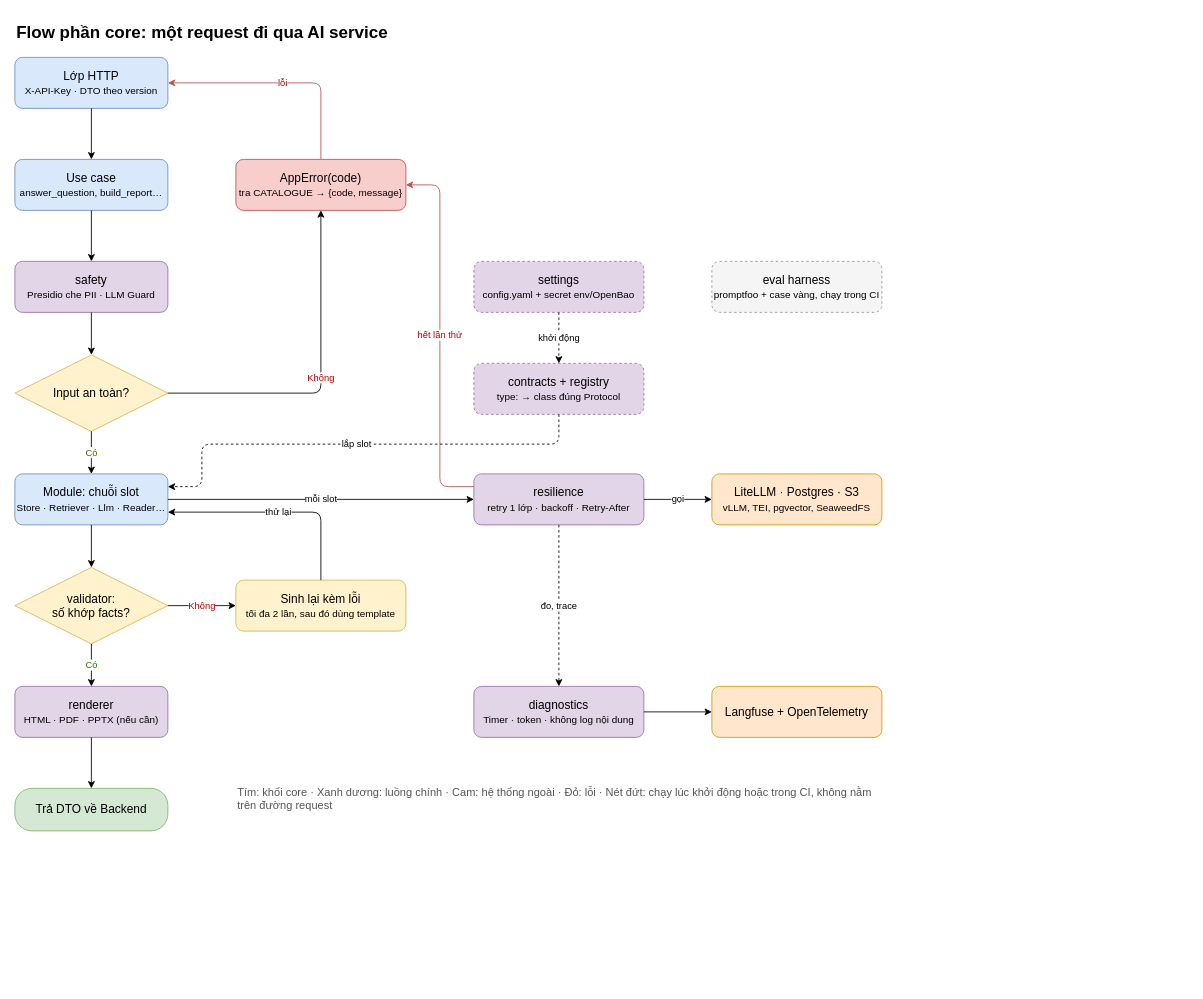
The draw.io diagram page "1. Flow core" (1 of 2) of docs/beyondpilot/core-flow.drawio in nguyennhatkhoa99/llmops-sre-copilot, before the edit. Source tidied: cells renumbered, new cells numbered last; positions are measured from the earlier drawing's top-left corner, leaving out a move shared by most shapes. Both pictures are drawn from the tidied source at 85%, with x=0, y=0 at pixel (14, 14).
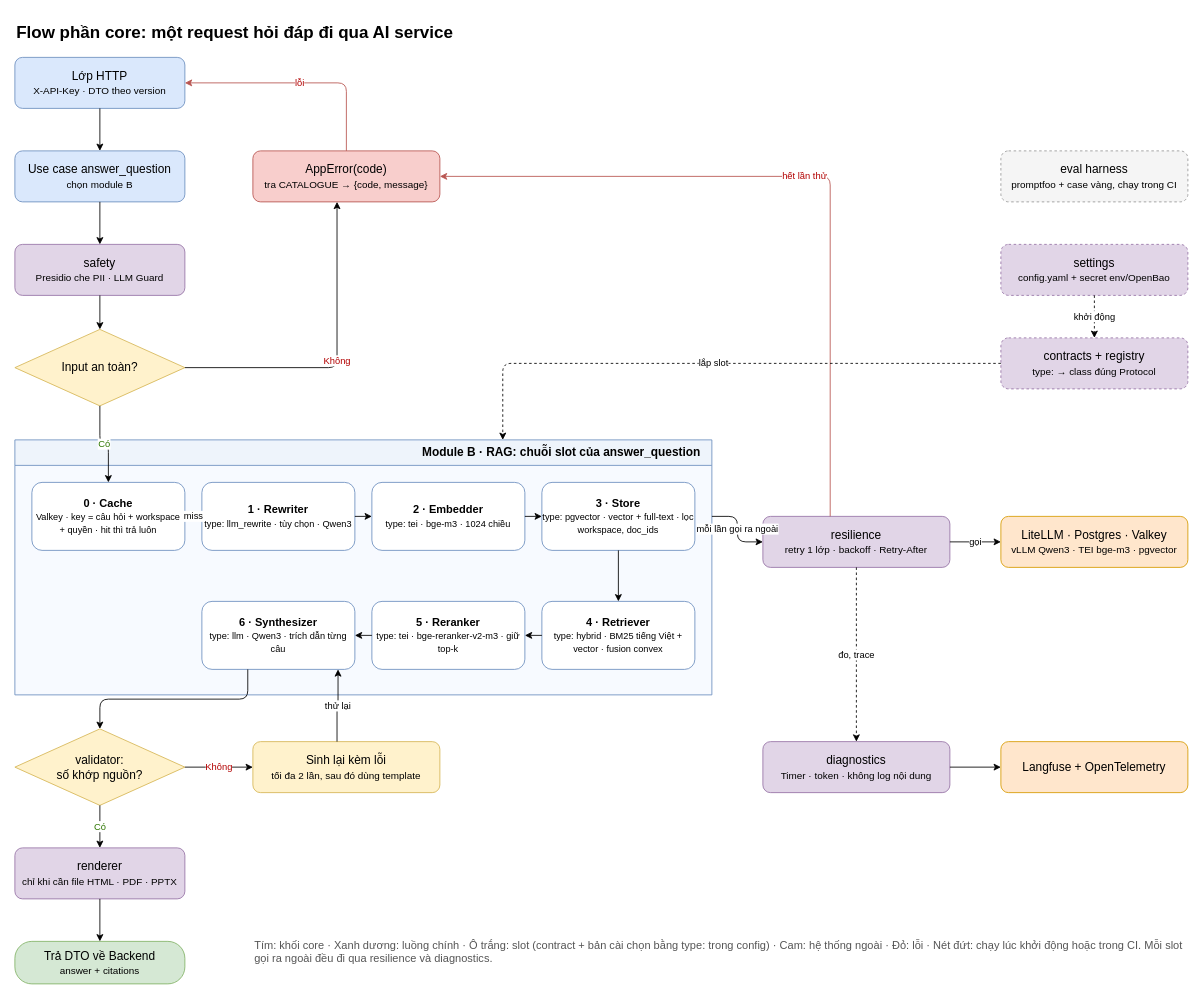
The same diagram, later.

Commit message (it also covers changes not shown here):
Detail module slot chains in BeyondPilot core flow

What changed in the source:
```diff
@@
-    <mxCell id="2" value="Flow phần core: một request đi qua AI service" style="text;html=1;strokeColor=none;fillColor=none;fontSize=20;fontStyle=1;align=left;verticalAlign=middle;" parent="1" vertex="1">
-      <mxGeometry width="700" height="40" as="geometry" />
+    <mxCell id="2" value="Flow phần core: một request hỏi đáp đi qua AI service" style="text;html=1;strokeColor=none;fillColor=none;align=left;verticalAlign=middle;whiteSpace=wrap;fontSize=20;fontStyle=1;" parent="1" vertex="1">
+      <mxGeometry width="900" height="40" as="geometry" />
     </mxCell>
     <mxCell id="3" value="Lớp HTTP&lt;br&gt;&lt;small&gt;X-API-Key · DTO theo version&lt;/small&gt;" style="rounded=1;whiteSpace=wrap;html=1;fontSize=14;fillColor=#dae8fc;strokeColor=#6c8ebf;" parent="1" vertex="1">
-      <mxGeometry y="50" width="180" height="60" as="geometry" />
+      <mxGeometry y="50" width="200" height="60" as="geometry" />
     </mxCell>
-    <mxCell id="4" value="Use case&lt;br&gt;&lt;small&gt;answer_question, build_report…&lt;/small&gt;" style="rounded=1;whiteSpace=wrap;html=1;fontSize=14;fillColor=#dae8fc;strokeColor=#6c8ebf;" parent="1" vertex="1">
-      <mxGeometry y="170" width="180" height="60" as="geometry" />
+    <mxCell id="4" value="Use case answer_question&lt;br&gt;&lt;small&gt;chọn module B&lt;/small&gt;" style="rounded=1;whiteSpace=wrap;html=1;fontSize=14;fillColor=#dae8fc;strokeColor=#6c8ebf;" parent="1" vertex="1">
+      <mxGeometry y="160" width="200" height="60" as="geometry" />
     </mxCell>
     <mxCell id="5" value="safety&lt;br&gt;&lt;small&gt;Presidio che PII · LLM Guard&lt;/small&gt;" style="rounded=1;whiteSpace=wrap;html=1;fontSize=14;fillColor=#e1d5e7;strokeColor=#9673a6;" parent="1" vertex="1">
-      <mxGeometry y="290" width="180" height="60" as="geometry" />
+      <mxGeometry y="270" width="200" height="60" as="geometry" />
     </mxCell>
     <mxCell id="6" value="Input an toàn?" style="rhombus;shape=rhombus;perimeter=rhombusPerimeter;whiteSpace=wrap;html=1;fontSize=14;fillColor=#fff2cc;strokeColor=#d6b656;" parent="1" vertex="1">
-      <mxGeometry y="400" width="180" height="90" as="geometry" />
+      <mxGeometry y="370" width="200" height="90" as="geometry" />
     </mxCell>
+    <mxCell id="11" value="AppError(code)&lt;br&gt;&lt;small&gt;tra CATALOGUE → {code, message}&lt;/small&gt;" style="rounded=1;whiteSpace=wrap;html=1;fontSize=14;fillColor=#f8cecc;strokeColor=#b85450;" parent="1" vertex="1">
+      <mxGeometry x="280" y="160" width="220" height="60" as="geometry" />
+    </mxCell>
-    <mxCell id="7" value="Module: chuỗi slot&lt;br&gt;&lt;small&gt;Store · Retriever · Llm · Reader…&lt;/small&gt;" style="rounded=1;whiteSpace=wrap;html=1;fontSize=14;fillColor=#dae8fc;strokeColor=#6c8ebf;" parent="1" vertex="1">
-      <mxGeometry y="540" width="180" height="60" as="geometry" />
+    <mxCell id="7" value="Module B · RAG: chuỗi slot của answer_question" style="swimlane;shape=swimlane;startSize=30;html=1;fontSize=14;fontStyle=1;verticalAlign=top;align=right;spacingRight=12;fillColor=#eef4fb;strokeColor=#6c8ebf;swimlaneFillColor=#f7faff;" parent="1" vertex="1">
+      <mxGeometry y="500" width="820" height="300" as="geometry" />
     </mxCell>
+    <mxCell id="39" value="&lt;b&gt;0 · Cache&lt;/b&gt;&lt;br&gt;&lt;small&gt;Valkey · key = câu hỏi + workspace + quyền · hit thì trả luôn&lt;/small&gt;" style="rounded=1;whiteSpace=wrap;html=1;fontSize=14;fontSize=13;fillColor=#ffffff;strokeColor=#6c8ebf;" parent="7" vertex="1">
+      <mxGeometry x="20" y="50" width="180" height="80" as="geometry" />
+    </mxCell>
+    <mxCell id="40" value="&lt;b&gt;1 · Rewriter&lt;/b&gt;&lt;br&gt;&lt;small&gt;type: llm_rewrite · tùy chọn · Qwen3&lt;/small&gt;" style="rounded=1;whiteSpace=wrap;html=1;fontSize=14;fontSize=13;fillColor=#ffffff;strokeColor=#6c8ebf;" parent="7" vertex="1">
+      <mxGeometry x="220" y="50" width="180" height="80" as="geometry" />
+    </mxCell>
+    <mxCell id="41" value="&lt;b&gt;2 · Embedder&lt;/b&gt;&lt;br&gt;&lt;small&gt;type: tei · bge-m3 · 1024 chiều&lt;/small&gt;" style="rounded=1;whiteSpace=wrap;html=1;fontSize=14;fontSize=13;fillColor=#ffffff;strokeColor=#6c8ebf;" parent="7" vertex="1">
+      <mxGeometry x="420" y="50" width="180" height="80" as="geometry" />
+    </mxCell>
+    <mxCell id="42" value="&lt;b&gt;3 · Store&lt;/b&gt;&lt;br&gt;&lt;small&gt;type: pgvector · vector + full-text · lọc workspace, doc_ids&lt;/small&gt;" style="rounded=1;whiteSpace=wrap;html=1;fontSize=14;fontSize=13;fillColor=#ffffff;strokeColor=#6c8ebf;" parent="7" vertex="1">
+      <mxGeometry x="620" y="50" width="180" height="80" as="geometry" />
+    </mxCell>
+    <mxCell id="43" value="&lt;b&gt;4 · Retriever&lt;/b&gt;&lt;br&gt;&lt;small&gt;type: hybrid · BM25 tiếng Việt + vector · fusion convex&lt;/small&gt;" style="rounded=1;whiteSpace=wrap;html=1;fontSize=14;fontSize=13;fillColor=#ffffff;strokeColor=#6c8ebf;" parent="7" vertex="1">
+      <mxGeometry x="620" y="190" width="180" height="80" as="geometry" />
+    </mxCell>
+    <mxCell id="44" value="&lt;b&gt;5 · Reranker&lt;/b&gt;&lt;br&gt;&lt;small&gt;type: tei · bge-reranker-v2-m3 · giữ top-k&lt;/small&gt;" style="rounded=1;whiteSpace=wrap;html=1;fontSize=14;fontSize=13;fillColor=#ffffff;strokeColor=#6c8ebf;" parent="7" vertex="1">
+      <mxGeometry x="420" y="190" width="180" height="80" as="geometry" />
+    </mxCell>
+    <mxCell id="45" value="&lt;b&gt;6 · Synthesizer&lt;/b&gt;&lt;br&gt;&lt;small&gt;type: llm · Qwen3 · trích dẫn từng câu&lt;/small&gt;" style="rounded=1;whiteSpace=wrap;html=1;fontSize=14;fontSize=13;fillColor=#ffffff;strokeColor=#6c8ebf;" parent="7" vertex="1">
+      <mxGeometry x="220" y="190" width="180" height="80" as="geometry" />
+    </mxCell>
+    <mxCell id="46" value="miss" style="edgeStyle=orthogonalEdgeStyle;rounded=1;html=1;labelBackgroundColor=#ffffff;" parent="7" edge="1" source="39" target="40">
+      <mxGeometry relative="1" as="geometry" />
+    </mxCell>
+    <mxCell id="47" style="edgeStyle=orthogonalEdgeStyle;rounded=1;html=1;labelBackgroundColor=#ffffff;" parent="7" edge="1" source="40" target="41">
+      <mxGeometry relative="1" as="geometry" />
+    </mxCell>
+    <mxCell id="48" style="edgeStyle=orthogonalEdgeStyle;rounded=1;html=1;labelBackgroundColor=#ffffff;" parent="7" edge="1" source="41" target="42">
+      <mxGeometry relative="1" as="geometry" />
+    </mxCell>
+    <mxCell id="49" style="edgeStyle=orthogonalEdgeStyle;rounded=1;html=1;labelBackgroundColor=#ffffff;" parent="7" edge="1" source="42" target="43">
+      <mxGeometry relative="1" as="geometry" />
+    </mxCell>
+    <mxCell id="50" style="edgeStyle=orthogonalEdgeStyle;rounded=1;html=1;labelBackgroundColor=#ffffff;" parent="7" edge="1" source="43" target="44">
+      <mxGeometry relative="1" as="geometry" />
+    </mxCell>
+    <mxCell id="51" style="edgeStyle=orthogonalEdgeStyle;rounded=1;html=1;labelBackgroundColor=#ffffff;" parent="7" edge="1" source="44" target="45">
+      <mxGeometry relative="1" as="geometry" />
+    </mxCell>
-    <mxCell id="8" value="validator:&lt;br&gt;số khớp facts?" style="rhombus;shape=rhombus;perimeter=rhombusPerimeter;whiteSpace=wrap;html=1;fontSize=14;fillColor=#fff2cc;strokeColor=#d6b656;" parent="1" vertex="1">
-      <mxGeometry y="650" width="180" height="90" as="geometry" />
+    <mxCell id="8" value="validator:&lt;br&gt;số khớp nguồn?" style="rhombus;shape=rhombus;perimeter=rhombusPerimeter;whiteSpace=wrap;html=1;fontSize=14;fillColor=#fff2cc;strokeColor=#d6b656;" parent="1" vertex="1">
+      <mxGeometry y="840" width="200" height="90" as="geometry" />
     </mxCell>
+    <mxCell id="12" value="Sinh lại kèm lỗi&lt;br&gt;&lt;small&gt;tối đa 2 lần, sau đó dùng template&lt;/small&gt;" style="rounded=1;whiteSpace=wrap;html=1;fontSize=14;fillColor=#fff2cc;strokeColor=#d6b656;" parent="1" vertex="1">
+      <mxGeometry x="280" y="855" width="220" height="60" as="geometry" />
+    </mxCell>
-    <mxCell id="9" value="renderer&lt;br&gt;&lt;small&gt;HTML · PDF · PPTX (nếu cần)&lt;/small&gt;" style="rounded=1;whiteSpace=wrap;html=1;fontSize=14;fillColor=#e1d5e7;strokeColor=#9673a6;" parent="1" vertex="1">
-      <mxGeometry y="790" width="180" height="60" as="geometry" />
+    <mxCell id="9" value="renderer&lt;br&gt;&lt;small&gt;chỉ khi cần file HTML · PDF · PPTX&lt;/small&gt;" style="rounded=1;whiteSpace=wrap;html=1;fontSize=14;fillColor=#e1d5e7;strokeColor=#9673a6;" parent="1" vertex="1">
+      <mxGeometry y="980" width="200" height="60" as="geometry" />
     </mxCell>
-    <mxCell id="10" value="Trả DTO về Backend" style="rounded=1;arcSize=40;whiteSpace=wrap;html=1;fontSize=14;fillColor=#d5e8d4;strokeColor=#82b366;" parent="1" vertex="1">
-      <mxGeometry y="910" width="180" height="50" as="geometry" />
+    <mxCell id="10" value="Trả DTO về Backend&lt;br&gt;&lt;small&gt;answer + citations&lt;/small&gt;" style="rounded=1;whiteSpace=wrap;html=1;fontSize=14;arcSize=40;fillColor=#d5e8d4;strokeColor=#82b366;" parent="1" vertex="1">
+      <mxGeometry y="1090" width="200" height="50" as="geometry" />
     </mxCell>
-    <mxCell id="11" value="AppError(code)&lt;br&gt;&lt;small&gt;tra CATALOGUE → {code, message}&lt;/small&gt;" style="rounded=1;whiteSpace=wrap;html=1;fontSize=14;fillColor=#f8cecc;strokeColor=#b85450;" parent="1" vertex="1">
-      <mxGeometry x="260" y="170" width="200" height="60" as="geometry" />
-    </mxCell>
-    <mxCell id="12" value="Sinh lại kèm lỗi&lt;br&gt;&lt;small&gt;tối đa 2 lần, sau đó dùng template&lt;/small&gt;" style="rounded=1;whiteSpace=wrap;html=1;fontSize=14;fillColor=#fff2cc;strokeColor=#d6b656;" parent="1" vertex="1">
-      <mxGeometry x="260" y="665" width="200" height="60" as="geometry" />
-    </mxCell>
     <mxCell id="13" value="settings&lt;br&gt;&lt;small&gt;config.yaml + secret env/OpenBao&lt;/small&gt;" style="rounded=1;whiteSpace=wrap;html=1;fontSize=14;fillColor=#e1d5e7;strokeColor=#9673a6;dashed=1;" parent="1" vertex="1">
-      <mxGeometry x="540" y="290" width="200" height="60" as="geometry" />
+      <mxGeometry x="1160" y="270" width="220" height="60" as="geometry" />
     </mxCell>
     <mxCell id="14" value="contracts + registry&lt;br&gt;&lt;small&gt;type: → class đúng Protocol&lt;/small&gt;" style="rounded=1;whiteSpace=wrap;html=1;fontSize=14;fillColor=#e1d5e7;strokeColor=#9673a6;dashed=1;" parent="1" vertex="1">
-      <mxGeometry x="540" y="410" width="200" height="60" as="geometry" />
+      <mxGeometry x="1160" y="380" width="220" height="60" as="geometry" />
     </mxCell>
+    <mxCell id="19" value="eval harness&lt;br&gt;&lt;small&gt;promptfoo + case vàng, chạy trong CI&lt;/small&gt;" style="rounded=1;whiteSpace=wrap;html=1;fontSize=14;fillColor=#f5f5f5;strokeColor=#999999;dashed=1;" parent="1" vertex="1">
+      <mxGeometry x="1160" y="160" width="220" height="60" as="geometry" />
+    </mxCell>
     <mxCell id="15" value="resilience&lt;br&gt;&lt;small&gt;retry 1 lớp · backoff · Retry-After&lt;/small&gt;" style="rounded=1;whiteSpace=wrap;html=1;fontSize=14;fillColor=#e1d5e7;strokeColor=#9673a6;" parent="1" vertex="1">
-      <mxGeometry x="540" y="540" width="200" height="60" as="geometry" />
+      <mxGeometry x="880" y="590" width="220" height="60" as="geometry" />
     </mxCell>
-    <mxCell id="16" value="LiteLLM · Postgres · S3&lt;br&gt;&lt;small&gt;vLLM, TEI, pgvector, SeaweedFS&lt;/small&gt;" style="rounded=1;whiteSpace=wrap;html=1;fontSize=14;fillColor=#ffe6cc;strokeColor=#d79b00;" parent="1" vertex="1">
-      <mxGeometry x="820" y="540" width="200" height="60" as="geometry" />
+    <mxCell id="16" value="LiteLLM · Postgres · Valkey&lt;br&gt;&lt;small&gt;vLLM Qwen3 · TEI bge-m3 · pgvector&lt;/small&gt;" style="rounded=1;whiteSpace=wrap;html=1;fontSize=14;fillColor=#ffe6cc;strokeColor=#d79b00;" parent="1" vertex="1">
+      <mxGeometry x="1160" y="590" width="220" height="60" as="geometry" />
     </mxCell>
     <mxCell id="17" value="diagnostics&lt;br&gt;&lt;small&gt;Timer · token · không log nội dung&lt;/small&gt;" style="rounded=1;whiteSpace=wrap;html=1;fontSize=14;fillColor=#e1d5e7;strokeColor=#9673a6;" parent="1" vertex="1">
-      <mxGeometry x="540" y="790" width="200" height="60" as="geometry" />
+      <mxGeometry x="880" y="855" width="220" height="60" as="geometry" />
     </mxCell>
     <mxCell id="18" value="Langfuse + OpenTelemetry" style="rounded=1;whiteSpace=wrap;html=1;fontSize=14;fillColor=#ffe6cc;strokeColor=#d79b00;" parent="1" vertex="1">
-      <mxGeometry x="820" y="790" width="200" height="60" as="geometry" />
+      <mxGeometry x="1160" y="855" width="220" height="60" as="geometry" />
     </mxCell>
-    <mxCell id="19" value="eval harness&lt;br&gt;&lt;small&gt;promptfoo + case vàng, chạy trong CI&lt;/small&gt;" style="rounded=1;whiteSpace=wrap;html=1;fontSize=14;fillColor=#f5f5f5;strokeColor=#999999;dashed=1;" parent="1" vertex="1">
-      <mxGeometry x="820" y="290" width="200" height="60" as="geometry" />
-    </mxCell>
-    <mxCell id="20" value="Tím: khối core · Xanh dương: luồng chính · Cam: hệ thống ngoài · Đỏ: lỗi · Nét đứt: chạy lúc khởi động hoặc trong CI, không nằm trên đường request" style="text;html=1;strokeColor=none;fillColor=none;whiteSpace=wrap;fontSize=13;align=left;verticalAlign=top;fontColor=#555555;" parent="1" vertex="1">
-      <mxGeometry x="260" y="900" width="760" height="50" as="geometry" />
+    <mxCell id="20" value="Tím: khối core · Xanh dương: luồng chính · Ô trắng: slot (contract + bản cài chọn bằng type: trong config) · Cam: hệ thống ngoài · Đỏ: lỗi · Nét đứt: chạy lúc khởi động hoặc trong CI. Mỗi slot gọi ra ngoài đều đi qua resilience và diagnostics." style="text;html=1;strokeColor=none;fillColor=none;align=left;verticalAlign=middle;whiteSpace=wrap;fontSize=13;verticalAlign=top;fontColor=#555555;" parent="1" vertex="1">
+      <mxGeometry x="280" y="1080" width="1100" height="50" as="geometry" />
     </mxCell>
@@
-    <mxCell id="24" value="Có" style="edgeStyle=orthogonalEdgeStyle;rounded=1;html=1;labelBackgroundColor=#ffffff;fontColor=#2D7600;" parent="1" edge="1" source="6" target="7">
+    <mxCell id="24" value="Có" style="edgeStyle=orthogonalEdgeStyle;rounded=1;html=1;labelBackgroundColor=#ffffff;fontColor=#2D7600;" parent="1" edge="1" source="6" target="39">
       <mxGeometry relative="1" as="geometry" />
     </mxCell>
-    <mxCell id="25" value="Không" style="edgeStyle=orthogonalEdgeStyle;rounded=1;html=1;labelBackgroundColor=#ffffff;fontColor=#B20000;" parent="1" edge="1" source="6" target="11">
+    <mxCell id="25" value="Không" style="edgeStyle=orthogonalEdgeStyle;rounded=1;html=1;labelBackgroundColor=#ffffff;fontColor=#B20000;exitX=1;exitY=0.5;entryX=0.45;entryY=1;" parent="1" edge="1" source="6" target="11">
       <mxGeometry relative="1" as="geometry" />
     </mxCell>
-    <mxCell id="26" value="lỗi" style="edgeStyle=orthogonalEdgeStyle;rounded=1;html=1;labelBackgroundColor=#ffffff;exitX=0.5;exitY=0;entryX=1;entryY=0.5;strokeColor=#b85450;fontColor=#B20000;" parent="1" edge="1" source="11" target="3">
+    <mxCell id="26" value="lỗi" style="edgeStyle=orthogonalEdgeStyle;rounded=1;html=1;labelBackgroundColor=#ffffff;strokeColor=#b85450;fontColor=#B20000;exitX=0.5;exitY=0;entryX=1;entryY=0.5;" parent="1" edge="1" source="11" target="3">
       <mxGeometry relative="1" as="geometry" />
     </mxCell>
-    <mxCell id="27" value="mỗi slot" style="edgeStyle=orthogonalEdgeStyle;rounded=1;html=1;labelBackgroundColor=#ffffff;exitX=1;exitY=0.5;entryX=0;entryY=0.5;" parent="1" edge="1" source="7" target="15">
+    <mxCell id="27" value="mỗi lần gọi ra ngoài" style="edgeStyle=orthogonalEdgeStyle;rounded=1;html=1;labelBackgroundColor=#ffffff;exitX=1;exitY=0.3;entryX=0;entryY=0.5;" parent="1" edge="1" source="7" target="15">
       <mxGeometry relative="1" as="geometry" />
     </mxCell>
@@
-    <mxCell id="29" value="hết lần thử" style="edgeStyle=orthogonalEdgeStyle;rounded=1;html=1;labelBackgroundColor=#ffffff;exitX=0;exitY=0.25;entryX=1;entryY=0.5;strokeColor=#b85450;fontColor=#B20000;" parent="1" edge="1" source="15" target="11">
+    <mxCell id="29" value="hết lần thử" style="edgeStyle=orthogonalEdgeStyle;rounded=1;html=1;labelBackgroundColor=#ffffff;strokeColor=#b85450;fontColor=#B20000;exitX=0.36;exitY=0;entryX=1;entryY=0.5;" parent="1" edge="1" source="15" target="11">
       <mxGeometry relative="1" as="geometry">
         <Array as="points">
-          <mxPoint x="500" y="555" />
-          <mxPoint x="500" y="200" />
+          <mxPoint x="960" y="190" />
         </Array>
       </mxGeometry>
     </mxCell>
-    <mxCell id="30" style="edgeStyle=orthogonalEdgeStyle;rounded=1;html=1;labelBackgroundColor=#ffffff;" parent="1" edge="1" source="7" target="8">
+    <mxCell id="30" style="edgeStyle=orthogonalEdgeStyle;rounded=1;html=1;labelBackgroundColor=#ffffff;exitX=0.3;exitY=1;entryX=0.5;entryY=0;" parent="1" edge="1" source="45" target="8">
       <mxGeometry relative="1" as="geometry" />
     </mxCell>
@@
-    <mxCell id="33" value="thử lại" style="edgeStyle=orthogonalEdgeStyle;rounded=1;html=1;labelBackgroundColor=#ffffff;exitX=0.5;exitY=0;entryX=1;entryY=0.75;" parent="1" edge="1" source="12" target="7">
+    <mxCell id="33" value="thử lại" style="edgeStyle=orthogonalEdgeStyle;rounded=1;html=1;labelBackgroundColor=#ffffff;exitX=0.45;exitY=0;entryX=0.89;entryY=1;" parent="1" edge="1" source="12" target="45">
       <mxGeometry relative="1" as="geometry" />
     </mxCell>
@@
-    <mxCell id="36" value="lắp slot" style="edgeStyle=orthogonalEdgeStyle;rounded=1;html=1;labelBackgroundColor=#ffffff;dashed=1;exitX=0.5;exitY=1;entryX=1;entryY=0.25;" parent="1" edge="1" source="14" target="7">
+    <mxCell id="36" value="lắp slot" style="edgeStyle=orthogonalEdgeStyle;rounded=1;html=1;labelBackgroundColor=#ffffff;dashed=1;exitX=0;exitY=0.5;entryX=0.7;entryY=0;" parent="1" edge="1" source="14" target="7">
       <mxGeometry relative="1" as="geometry">
         <Array as="points">
-          <mxPoint x="640" y="505" />
-          <mxPoint x="220" y="505" />
-          <mxPoint x="220" y="555" />
+          <mxPoint x="574" y="410" />
         </Array>
       </mxGeometry>
     </mxCell>
```
